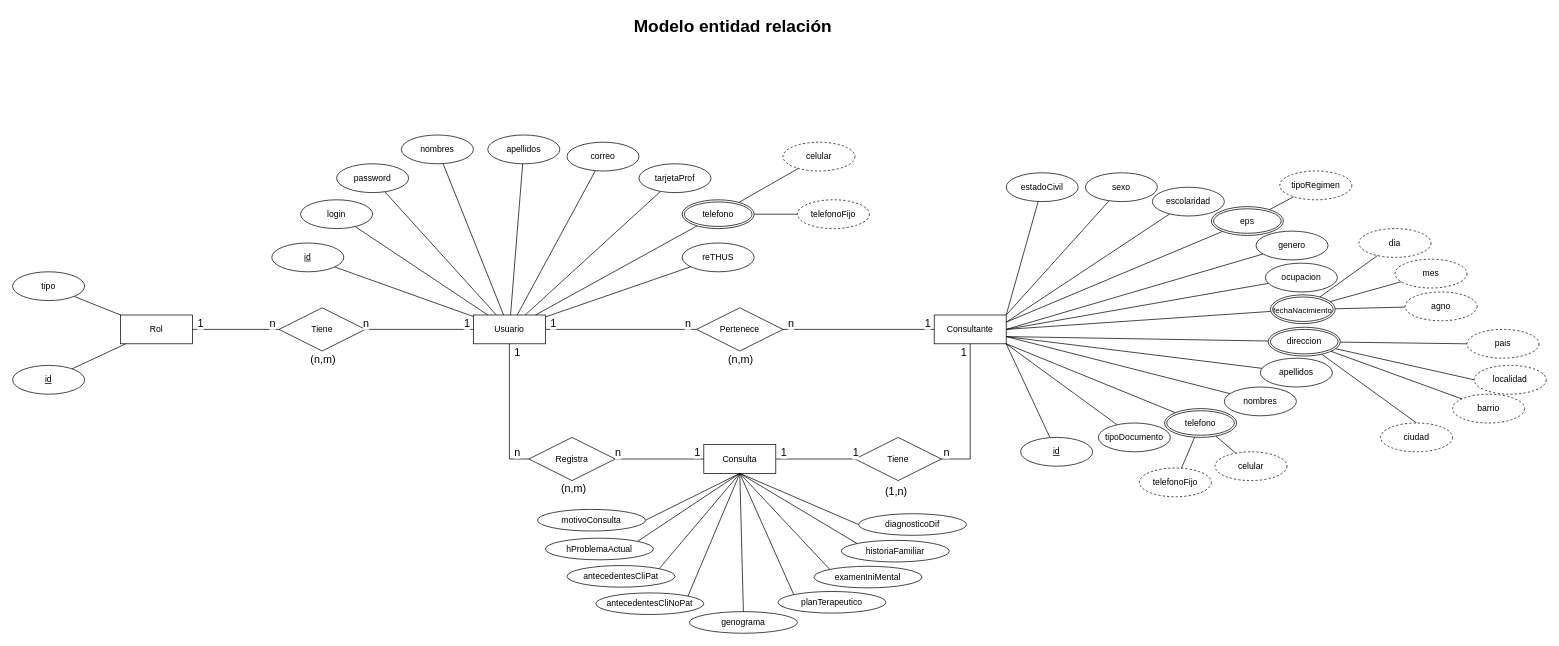
The draw.io diagram page "D. Entidad Relación" (2 of 12) of Diagramas/Untitled Diagram.drawio in barloff2/Diagramas, before the edit. Source tidied: cells renumbered, new cells numbered last; positions are measured from the earlier drawing's top-left corner, leaving out a move shared by most shapes. Both pictures are drawn from the tidied source at 72%, with x=0, y=0 at pixel (12, 12).
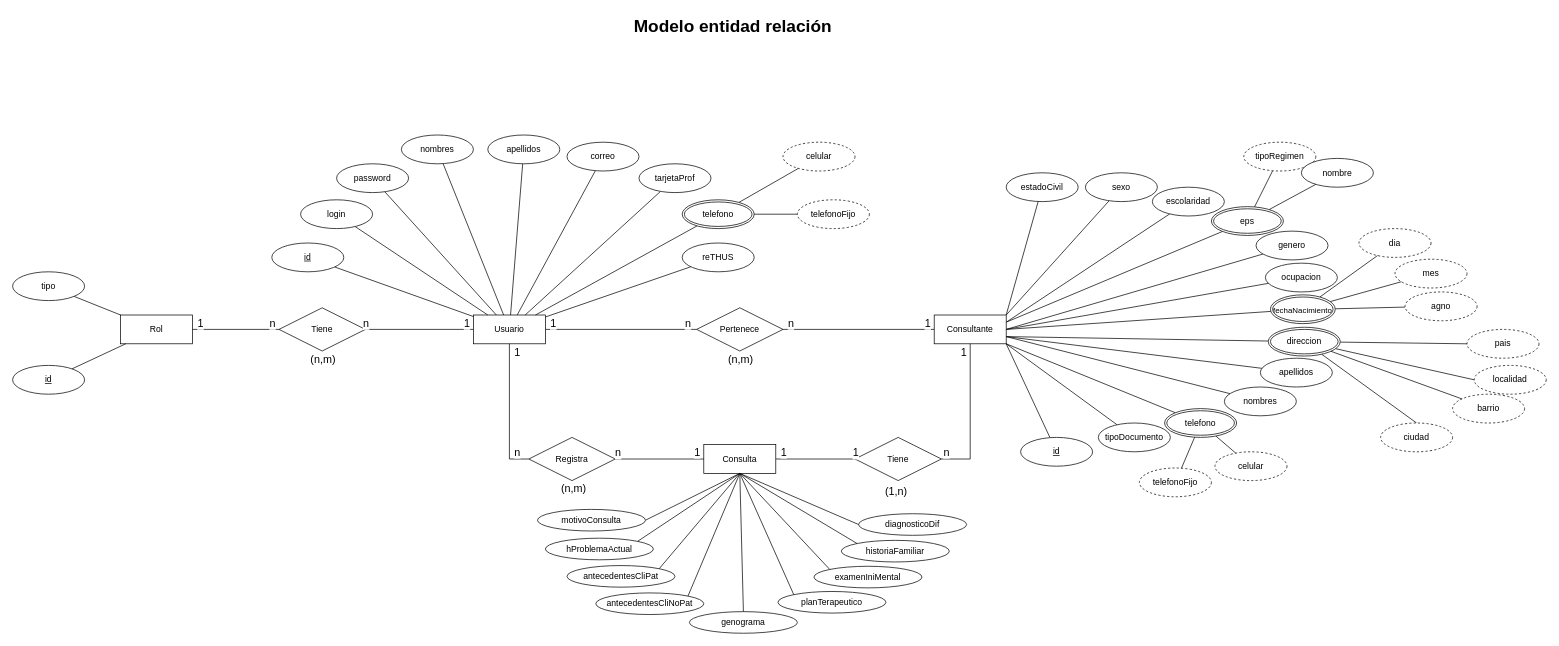
Above is the later version.

The change refers to these unchanged cells:
```xml
<mxCell id="68" value="eps" style="ellipse;shape=doubleEllipse;margin=3;whiteSpace=wrap;html=1;align=center;fontSize=12;" parent="1" vertex="1">
  <mxGeometry x="1665" y="269.5" width="100" height="40" as="geometry" />
</mxCell>
```

Change to the diagram source:
```diff
@@
+    <mxCell id="129" style="rounded=0;jettySize=auto;html=1;endArrow=none;endFill=0;" parent="1" edge="1" source="68" target="130">
+      <mxGeometry relative="1" as="geometry" />
+    </mxCell>
@@
     <mxCell id="69" value="tipoRegimen" style="ellipse;whiteSpace=wrap;html=1;align=center;fontSize=12;dashed=1;" parent="1" vertex="1">
-      <mxGeometry x="1760" y="220" width="100" height="40" as="geometry" />
+      <mxGeometry x="1710" y="180" width="100" height="40" as="geometry" />
     </mxCell>
@@
+    <mxCell id="130" value="&lt;div&gt;nombre&lt;/div&gt;" style="ellipse;whiteSpace=wrap;html=1;align=center;" parent="1" vertex="1">
+      <mxGeometry x="1790" y="202.5" width="100" height="40" as="geometry" />
+    </mxCell>
```
